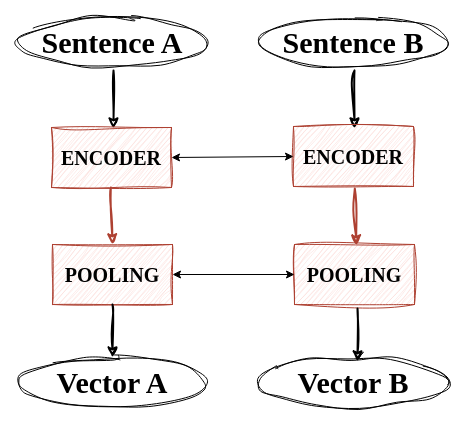
Above: page "SENTENCES TRANSORMERS HIGH LEVEL" (4 of 4) of design/model.drawio in ZeusCoderBE/Khoa_Luan_Tot_Nghiep_Agentic_RAG (draw.io), before the change. Source tidied: cells renumbered, new cells numbered last; positions are measured from the earlier drawing's top-left corner, leaving out a move shared by most shapes. Both pictures are drawn from the tidied source at 100%, with x=0, y=0 at pixel (17, 17).
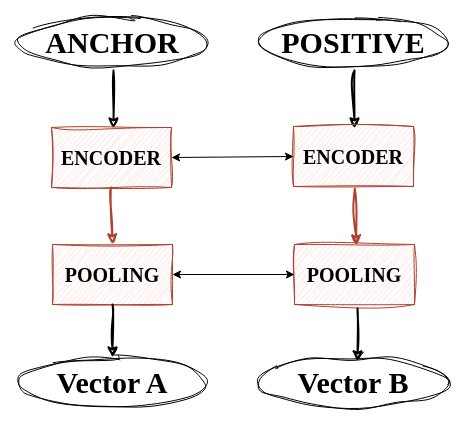
The same page after the edit.

The edit, as a diff of the source:
```diff
@@
-    <mxCell id="2" value="Sentence A" style="ellipse;whiteSpace=wrap;html=1;hachureGap=4;fontFamily=Times New Roman;fontSize=30;fillColor=none;rounded=0;sketch=1;curveFitting=1;jiggle=2;fontStyle=1;" parent="1" vertex="1">
+    <mxCell id="2" value="ANCHOR" style="ellipse;whiteSpace=wrap;html=1;hachureGap=4;fontFamily=Times New Roman;fontSize=30;fillColor=none;rounded=0;sketch=1;curveFitting=1;jiggle=2;fontStyle=1;" parent="1" vertex="1">
       <mxGeometry width="190" height="50" as="geometry" />
     </mxCell>
@@
-    <mxCell id="4" value="Sentence B" style="ellipse;whiteSpace=wrap;html=1;hachureGap=4;fontFamily=Times New Roman;fontSize=30;fillColor=none;rounded=0;sketch=1;curveFitting=1;jiggle=2;fontStyle=1;" parent="1" vertex="1">
+    <mxCell id="4" value="POSITIVE" style="ellipse;whiteSpace=wrap;html=1;hachureGap=4;fontFamily=Times New Roman;fontSize=30;fillColor=none;rounded=0;sketch=1;curveFitting=1;jiggle=2;fontStyle=1;" parent="1" vertex="1">
       <mxGeometry x="241" width="190" height="50" as="geometry" />
     </mxCell>
```
